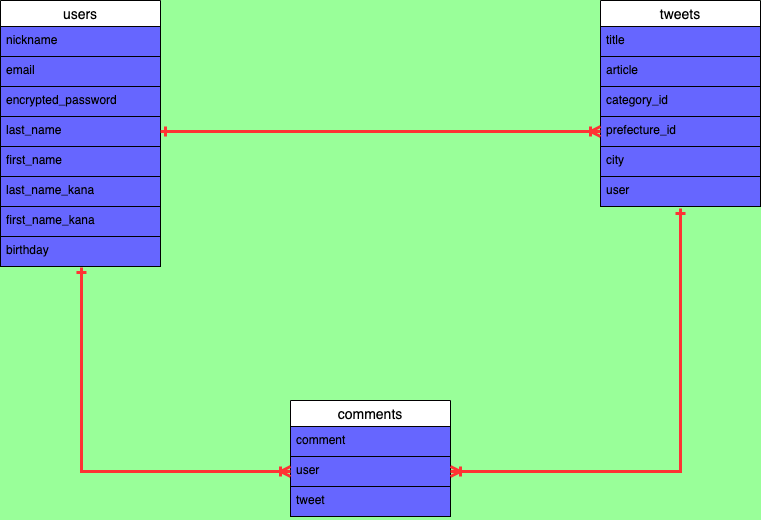
This is er.png from takatakaakiaki/toripiyo, a draw.io export, as it was before one commit. Source tidied: cells renumbered, new cells last; positions are measured from the earlier drawing's top-left corner, leaving out a move shared by most shapes.
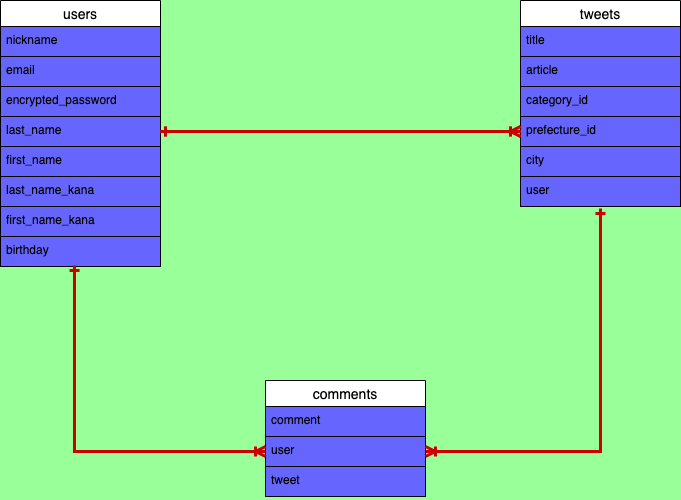
The same file after the commit.

The edit, as a diff of the source:
```diff
@@ -3,7 +3,7 @@
     <mxCell id="0" />
     <mxCell id="1" parent="0" />
     <mxCell id="2" value="users" style="swimlane;fontStyle=0;horizontal=1;startSize=26;align=center;fontSize=14;swimlaneFillColor=#6666FF;strokeColor=#000000;" parent="1" vertex="1">
-      <mxGeometry width="160" height="266" as="geometry" />
+      <mxGeometry y="40" width="160" height="266" as="geometry" />
     </mxCell>
     <mxCell id="3" value="nickname" style="text;fillColor=none;spacingLeft=4;spacingRight=4;overflow=hidden;fontSize=12;strokeColor=#000000;" parent="2" vertex="1">
       <mxGeometry y="26" width="160" height="30" as="geometry" />
@@ -30,7 +30,7 @@
       <mxGeometry y="236" width="160" height="30" as="geometry" />
     </mxCell>
     <mxCell id="11" value="tweets" style="swimlane;fontStyle=0;horizontal=1;startSize=26;align=center;fontSize=14;swimlaneFillColor=#6666FF;strokeColor=#000000;" parent="1" vertex="1">
-      <mxGeometry x="600" width="160" height="206" as="geometry" />
+      <mxGeometry x="520" y="40" width="160" height="206" as="geometry" />
     </mxCell>
     <mxCell id="12" value="title" style="text;fillColor=none;spacingLeft=4;spacingRight=4;overflow=hidden;fontSize=12;strokeColor=#000000;" parent="11" vertex="1">
       <mxGeometry y="26" width="160" height="30" as="geometry" />
@@ -51,7 +51,7 @@
       <mxGeometry y="176" width="160" height="30" as="geometry" />
     </mxCell>
     <mxCell id="18" value="comments" style="swimlane;fontStyle=0;horizontal=1;startSize=26;align=center;fontSize=14;swimlaneFillColor=#6666FF;strokeColor=#000000;" parent="1" vertex="1">
-      <mxGeometry x="290" y="400" width="160" height="116" as="geometry" />
+      <mxGeometry x="265" y="420" width="160" height="116" as="geometry" />
     </mxCell>
     <mxCell id="19" value="comment" style="text;fillColor=none;spacingLeft=4;spacingRight=4;overflow=hidden;fontSize=12;strokeColor=#000000;" parent="18" vertex="1">
       <mxGeometry y="26" width="160" height="30" as="geometry" />
@@ -65,14 +65,18 @@
     <mxCell id="22" style="edgeStyle=orthogonalEdgeStyle;rounded=0;jettySize=auto;html=1;exitX=1;exitY=0.5;exitDx=0;exitDy=0;entryX=0;entryY=0.5;entryDx=0;entryDy=0;startArrow=ERone;startFill=0;endArrow=ERoneToMany;endFill=0;strokeColor=#FF3333;strokeWidth=3;" parent="1" edge="1" source="6" target="15">
       <mxGeometry relative="1" as="geometry" />
     </mxCell>
+    <mxCell id="25" style="edgeStyle=orthogonalEdgeStyle;rounded=0;jettySize=auto;html=1;exitX=1;exitY=0.5;exitDx=0;exitDy=0;entryX=0;entryY=0.5;entryDx=0;entryDy=0;strokeWidth=3;strokeColor=#CC0000;startArrow=ERone;startFill=0;endArrow=ERoneToMany;endFill=0;" parent="1" edge="1" source="6" target="15">
+      <mxGeometry relative="1" as="geometry" />
+    </mxCell>
-    <mxCell id="23" style="edgeStyle=orthogonalEdgeStyle;rounded=0;jettySize=auto;html=1;exitX=1;exitY=0.5;exitDx=0;exitDy=0;entryX=0.5;entryY=1.067;entryDx=0;entryDy=0;entryPerimeter=0;startArrow=ERoneToMany;startFill=0;endArrow=ERone;endFill=0;strokeColor=#FF3333;strokeWidth=3;" parent="1" edge="1" source="20" target="17">
+    <mxCell id="23" style="edgeStyle=orthogonalEdgeStyle;rounded=0;jettySize=auto;html=1;entryX=0.5;entryY=1.067;entryDx=0;entryDy=0;entryPerimeter=0;startArrow=ERoneToMany;startFill=0;endArrow=ERone;endFill=0;strokeWidth=3;strokeColor=#CC0000;" parent="1" edge="1" target="17">
       <mxGeometry relative="1" as="geometry">
+        <mxPoint x="425" y="491" as="sourcePoint" />
         <Array as="points">
-          <mxPoint x="680" y="471" />
+          <mxPoint x="600" y="491" />
         </Array>
       </mxGeometry>
     </mxCell>
-    <mxCell id="24" style="edgeStyle=orthogonalEdgeStyle;rounded=0;jettySize=auto;html=1;exitX=0;exitY=0.5;exitDx=0;exitDy=0;startArrow=ERoneToMany;startFill=0;endArrow=ERone;endFill=0;strokeColor=#FF3333;strokeWidth=3;entryX=0.506;entryY=1.033;entryDx=0;entryDy=0;entryPerimeter=0;" parent="1" edge="1" source="20" target="10">
+    <mxCell id="24" style="edgeStyle=orthogonalEdgeStyle;rounded=0;jettySize=auto;html=1;exitX=0;exitY=0.5;exitDx=0;exitDy=0;entryX=0.463;entryY=0.967;entryDx=0;entryDy=0;entryPerimeter=0;startArrow=ERoneToMany;startFill=0;endArrow=ERone;endFill=0;strokeWidth=3;strokeColor=#CC0000;" parent="1" edge="1" source="20" target="10">
       <mxGeometry relative="1" as="geometry" />
     </mxCell>
   </root>
```
